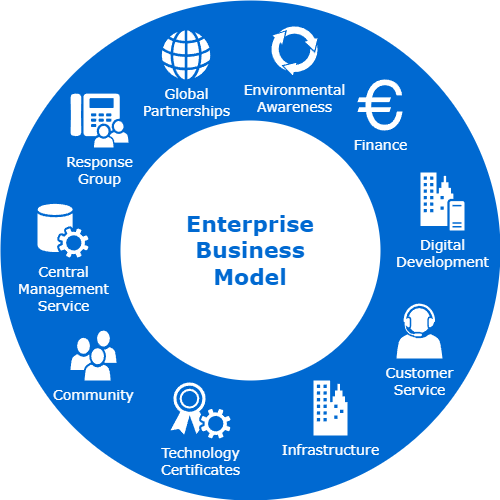
Above: resources/Inventory Control System.png in Iann-urus/Inventory-Control-System (draw.io), before the change. Source tidied: cells renumbered, new cells last; positions are measured from the earlier drawing's top-left corner, leaving out a move shared by most shapes. The source it was exported from:
```xml
<mxGraphModel>
  <root>
    <mxCell id="0" />
    <mxCell id="1" parent="0" />
    <mxCell id="2" style="ellipse;whiteSpace=wrap;html=1;rounded=0;shadow=0;comic=0;strokeWidth=1;fontFamily=Verdana;fontSize=14;strokeColor=none;fillColor=#0069D1;" parent="1" vertex="1">
      <mxGeometry width="500" height="500" as="geometry" />
    </mxCell>
    <mxCell id="3" value="Enterprise&lt;div&gt;Business&lt;/div&gt;&lt;div&gt;Model&lt;/div&gt;" style="ellipse;whiteSpace=wrap;html=1;rounded=0;shadow=0;comic=0;strokeWidth=1;fontFamily=Verdana;fontSize=22;strokeColor=none;fillColor=#ffffff;fontColor=#0069D1;fontStyle=1;" parent="1" vertex="1">
      <mxGeometry x="120" y="120" width="260" height="260" as="geometry" />
    </mxCell>
    <mxCell id="4" value="Community" style="shadow=0;dashed=0;html=1;strokeColor=none;fillColor=#ffffff;labelPosition=center;verticalLabelPosition=bottom;verticalAlign=top;shape=mxgraph.office.users.users;rounded=0;comic=0;fontFamily=Verdana;fontSize=14;fontColor=#FFFFFF;" parent="1" vertex="1">
      <mxGeometry x="70" y="330" width="46" height="50" as="geometry" />
    </mxCell>
    <mxCell id="5" value="Customer&lt;div&gt;Service&lt;/div&gt;" style="shadow=0;dashed=0;html=1;strokeColor=none;fillColor=#ffffff;labelPosition=center;verticalLabelPosition=bottom;verticalAlign=top;shape=mxgraph.office.users.call_center_agent;rounded=0;comic=0;fontFamily=Verdana;fontSize=14;fontColor=#FFFFFF;" parent="1" vertex="1">
      <mxGeometry x="396" y="303" width="46" height="55" as="geometry" />
    </mxCell>
    <mxCell id="6" value="Response&lt;div&gt;Group&lt;/div&gt;" style="shadow=0;dashed=0;html=1;strokeColor=none;fillColor=#ffffff;labelPosition=center;verticalLabelPosition=bottom;verticalAlign=top;shape=mxgraph.office.users.response_group;rounded=0;comic=0;fontFamily=Verdana;fontSize=14;fontColor=#FFFFFF;" parent="1" vertex="1">
      <mxGeometry x="70" y="93" width="58" height="54" as="geometry" />
    </mxCell>
    <mxCell id="7" value="Central&lt;div&gt;Management&lt;/div&gt;&lt;div&gt;Service&lt;/div&gt;" style="shadow=0;dashed=0;html=1;strokeColor=none;fillColor=#ffffff;labelPosition=center;verticalLabelPosition=bottom;verticalAlign=top;shape=mxgraph.office.services.central_management_service;rounded=0;comic=0;fontFamily=Verdana;fontSize=14;fontColor=#FFFFFF;" parent="1" vertex="1">
      <mxGeometry x="37" y="203" width="51" height="54" as="geometry" />
    </mxCell>
    <mxCell id="8" value="Digital&lt;div&gt;Development&lt;/div&gt;" style="shadow=0;dashed=0;html=1;strokeColor=none;fillColor=#ffffff;labelPosition=center;verticalLabelPosition=bottom;verticalAlign=top;shape=mxgraph.office.servers.on_premises_server;rounded=0;comic=0;fontFamily=Verdana;fontSize=14;fontColor=#FFFFFF;" parent="1" vertex="1">
      <mxGeometry x="420" y="172" width="44" height="58" as="geometry" />
    </mxCell>
    <mxCell id="9" value="Technology&lt;div&gt;Certificates&lt;/div&gt;" style="shadow=0;dashed=0;html=1;strokeColor=none;fillColor=#ffffff;labelPosition=center;verticalLabelPosition=bottom;verticalAlign=top;shape=mxgraph.office.security.token_service;rounded=0;comic=0;fontFamily=Verdana;fontSize=14;fontColor=#FFFFFF;" parent="1" vertex="1">
      <mxGeometry x="170" y="382" width="60" height="56" as="geometry" />
    </mxCell>
    <mxCell id="10" value="Infrastructure" style="shadow=0;dashed=0;html=1;strokeColor=none;fillColor=#ffffff;labelPosition=center;verticalLabelPosition=bottom;verticalAlign=top;shape=mxgraph.office.concepts.on_premises;rounded=0;comic=0;fontFamily=Verdana;fontSize=14;fontColor=#FFFFFF;" parent="1" vertex="1">
      <mxGeometry x="313" y="380" width="34" height="55" as="geometry" />
    </mxCell>
    <mxCell id="11" value="Global&lt;div&gt;Partnerships&lt;/div&gt;" style="shadow=0;dashed=0;html=1;strokeColor=none;fillColor=#ffffff;labelPosition=center;verticalLabelPosition=bottom;verticalAlign=top;shape=mxgraph.office.concepts.globe_internet;rounded=0;comic=0;fontFamily=Verdana;fontSize=14;fontColor=#FFFFFF;" parent="1" vertex="1">
      <mxGeometry x="161" y="30" width="49" height="49" as="geometry" />
    </mxCell>
    <mxCell id="12" value="Environmental&lt;div&gt;Awareness&lt;/div&gt;" style="shadow=0;dashed=0;html=1;strokeColor=none;shape=mxgraph.mscae.general.continuous_cycle;fillColor=#ffffff;rounded=0;comic=0;fontFamily=Verdana;fontSize=14;fontColor=#FFFFFF;verticalAlign=top;labelPosition=center;verticalLabelPosition=bottom;align=center;" parent="1" vertex="1">
      <mxGeometry x="270" y="25" width="48" height="50" as="geometry" />
    </mxCell>
    <mxCell id="13" value="Finance" style="shape=mxgraph.signs.travel.euro;html=1;fillColor=#ffffff;strokeColor=none;verticalLabelPosition=bottom;verticalAlign=top;align=center;rounded=0;shadow=0;dashed=0;comic=0;fontFamily=Verdana;fontSize=14;fontColor=#FFFFFF;" parent="1" vertex="1">
      <mxGeometry x="357" y="79" width="45" height="51" as="geometry" />
    </mxCell>
  </root>
</mxGraphModel>
```
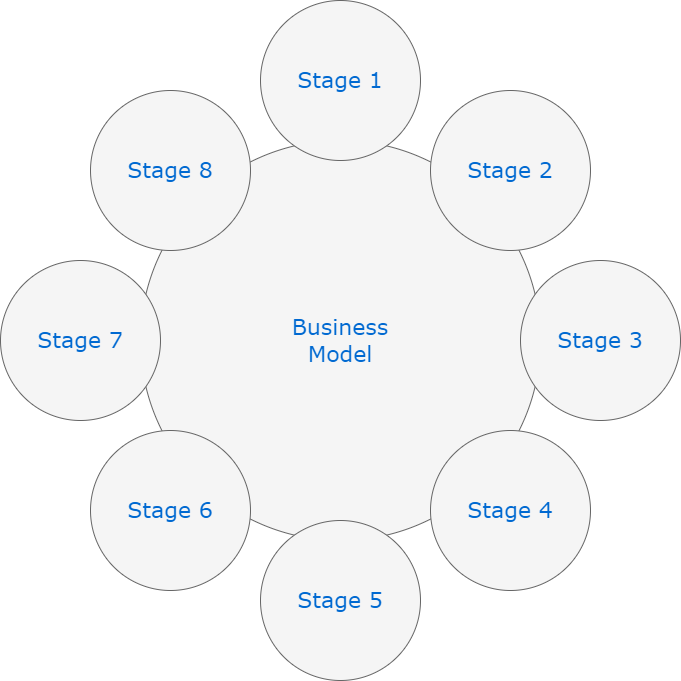
The same file after the commit.

Commit message:
Added Inventory Control System Framework.png

Diff of the diagram source:
```diff
@@ -2,41 +2,32 @@
   <root>
     <mxCell id="0" />
     <mxCell id="1" parent="0" />
-    <mxCell id="2" style="ellipse;whiteSpace=wrap;html=1;rounded=0;shadow=0;comic=0;strokeWidth=1;fontFamily=Verdana;fontSize=14;strokeColor=none;fillColor=#0069D1;" parent="1" vertex="1">
-      <mxGeometry width="500" height="500" as="geometry" />
-    </mxCell>
-    <mxCell id="3" value="Enterprise&lt;div&gt;Business&lt;/div&gt;&lt;div&gt;Model&lt;/div&gt;" style="ellipse;whiteSpace=wrap;html=1;rounded=0;shadow=0;comic=0;strokeWidth=1;fontFamily=Verdana;fontSize=22;strokeColor=none;fillColor=#ffffff;fontColor=#0069D1;fontStyle=1;" parent="1" vertex="1">
-      <mxGeometry x="120" y="120" width="260" height="260" as="geometry" />
-    </mxCell>
-    <mxCell id="4" value="Community" style="shadow=0;dashed=0;html=1;strokeColor=none;fillColor=#ffffff;labelPosition=center;verticalLabelPosition=bottom;verticalAlign=top;shape=mxgraph.office.users.users;rounded=0;comic=0;fontFamily=Verdana;fontSize=14;fontColor=#FFFFFF;" parent="1" vertex="1">
-      <mxGeometry x="70" y="330" width="46" height="50" as="geometry" />
-    </mxCell>
-    <mxCell id="5" value="Customer&lt;div&gt;Service&lt;/div&gt;" style="shadow=0;dashed=0;html=1;strokeColor=none;fillColor=#ffffff;labelPosition=center;verticalLabelPosition=bottom;verticalAlign=top;shape=mxgraph.office.users.call_center_agent;rounded=0;comic=0;fontFamily=Verdana;fontSize=14;fontColor=#FFFFFF;" parent="1" vertex="1">
-      <mxGeometry x="396" y="303" width="46" height="55" as="geometry" />
-    </mxCell>
-    <mxCell id="6" value="Response&lt;div&gt;Group&lt;/div&gt;" style="shadow=0;dashed=0;html=1;strokeColor=none;fillColor=#ffffff;labelPosition=center;verticalLabelPosition=bottom;verticalAlign=top;shape=mxgraph.office.users.response_group;rounded=0;comic=0;fontFamily=Verdana;fontSize=14;fontColor=#FFFFFF;" parent="1" vertex="1">
-      <mxGeometry x="70" y="93" width="58" height="54" as="geometry" />
-    </mxCell>
-    <mxCell id="7" value="Central&lt;div&gt;Management&lt;/div&gt;&lt;div&gt;Service&lt;/div&gt;" style="shadow=0;dashed=0;html=1;strokeColor=none;fillColor=#ffffff;labelPosition=center;verticalLabelPosition=bottom;verticalAlign=top;shape=mxgraph.office.services.central_management_service;rounded=0;comic=0;fontFamily=Verdana;fontSize=14;fontColor=#FFFFFF;" parent="1" vertex="1">
-      <mxGeometry x="37" y="203" width="51" height="54" as="geometry" />
-    </mxCell>
-    <mxCell id="8" value="Digital&lt;div&gt;Development&lt;/div&gt;" style="shadow=0;dashed=0;html=1;strokeColor=none;fillColor=#ffffff;labelPosition=center;verticalLabelPosition=bottom;verticalAlign=top;shape=mxgraph.office.servers.on_premises_server;rounded=0;comic=0;fontFamily=Verdana;fontSize=14;fontColor=#FFFFFF;" parent="1" vertex="1">
-      <mxGeometry x="420" y="172" width="44" height="58" as="geometry" />
-    </mxCell>
-    <mxCell id="9" value="Technology&lt;div&gt;Certificates&lt;/div&gt;" style="shadow=0;dashed=0;html=1;strokeColor=none;fillColor=#ffffff;labelPosition=center;verticalLabelPosition=bottom;verticalAlign=top;shape=mxgraph.office.security.token_service;rounded=0;comic=0;fontFamily=Verdana;fontSize=14;fontColor=#FFFFFF;" parent="1" vertex="1">
-      <mxGeometry x="170" y="382" width="60" height="56" as="geometry" />
-    </mxCell>
-    <mxCell id="10" value="Infrastructure" style="shadow=0;dashed=0;html=1;strokeColor=none;fillColor=#ffffff;labelPosition=center;verticalLabelPosition=bottom;verticalAlign=top;shape=mxgraph.office.concepts.on_premises;rounded=0;comic=0;fontFamily=Verdana;fontSize=14;fontColor=#FFFFFF;" parent="1" vertex="1">
-      <mxGeometry x="313" y="380" width="34" height="55" as="geometry" />
-    </mxCell>
-    <mxCell id="11" value="Global&lt;div&gt;Partnerships&lt;/div&gt;" style="shadow=0;dashed=0;html=1;strokeColor=none;fillColor=#ffffff;labelPosition=center;verticalLabelPosition=bottom;verticalAlign=top;shape=mxgraph.office.concepts.globe_internet;rounded=0;comic=0;fontFamily=Verdana;fontSize=14;fontColor=#FFFFFF;" parent="1" vertex="1">
-      <mxGeometry x="161" y="30" width="49" height="49" as="geometry" />
-    </mxCell>
-    <mxCell id="12" value="Environmental&lt;div&gt;Awareness&lt;/div&gt;" style="shadow=0;dashed=0;html=1;strokeColor=none;shape=mxgraph.mscae.general.continuous_cycle;fillColor=#ffffff;rounded=0;comic=0;fontFamily=Verdana;fontSize=14;fontColor=#FFFFFF;verticalAlign=top;labelPosition=center;verticalLabelPosition=bottom;align=center;" parent="1" vertex="1">
-      <mxGeometry x="270" y="25" width="48" height="50" as="geometry" />
-    </mxCell>
-    <mxCell id="13" value="Finance" style="shape=mxgraph.signs.travel.euro;html=1;fillColor=#ffffff;strokeColor=none;verticalLabelPosition=bottom;verticalAlign=top;align=center;rounded=0;shadow=0;dashed=0;comic=0;fontFamily=Verdana;fontSize=14;fontColor=#FFFFFF;" parent="1" vertex="1">
-      <mxGeometry x="357" y="79" width="45" height="51" as="geometry" />
-    </mxCell>
+    <mxCell id="14" value="Business&lt;div&gt;Model&lt;/div&gt;" style="ellipse;whiteSpace=wrap;html=1;rounded=0;shadow=0;dashed=0;comic=0;fontFamily=Verdana;fontSize=22;fontColor=#0069D1;fillColor=#f5f5f5;strokeColor=#666666;" parent="1" vertex="1">
+      <mxGeometry x="50" y="70" width="400" height="400" as="geometry" />
+    </mxCell>
+    <mxCell id="15" value="Stage 1" style="ellipse;whiteSpace=wrap;html=1;rounded=0;shadow=0;dashed=0;comic=0;fontFamily=Verdana;fontSize=22;fontColor=#0069D1;fillColor=#f5f5f5;strokeColor=#666666;" parent="1" vertex="1">
+      <mxGeometry x="170" y="-70" width="160" height="160" as="geometry" />
+    </mxCell>
+    <mxCell id="16" value="Stage 5" style="ellipse;whiteSpace=wrap;html=1;rounded=0;shadow=0;dashed=0;comic=0;fontFamily=Verdana;fontSize=22;fontColor=#0069D1;fillColor=#f5f5f5;strokeColor=#666666;" parent="1" vertex="1">
+      <mxGeometry x="170" y="450" width="160" height="160" as="geometry" />
+    </mxCell>
+    <mxCell id="17" value="Stage 3" style="ellipse;whiteSpace=wrap;html=1;rounded=0;shadow=0;dashed=0;comic=0;fontFamily=Verdana;fontSize=22;fontColor=#0069D1;fillColor=#f5f5f5;strokeColor=#666666;" parent="1" vertex="1">
+      <mxGeometry x="430" y="190" width="160" height="160" as="geometry" />
+    </mxCell>
+    <mxCell id="18" value="Stage 7" style="ellipse;whiteSpace=wrap;html=1;rounded=0;shadow=0;dashed=0;comic=0;fontFamily=Verdana;fontSize=22;fontColor=#0069D1;fillColor=#f5f5f5;strokeColor=#666666;" parent="1" vertex="1">
+      <mxGeometry x="-90" y="190" width="160" height="160" as="geometry" />
+    </mxCell>
+    <mxCell id="19" value="Stage 8" style="ellipse;whiteSpace=wrap;html=1;rounded=0;shadow=0;dashed=0;comic=0;fontFamily=Verdana;fontSize=22;fontColor=#0069D1;fillColor=#f5f5f5;strokeColor=#666666;" parent="1" vertex="1">
+      <mxGeometry y="20" width="160" height="160" as="geometry" />
+    </mxCell>
+    <mxCell id="20" value="Stage 2" style="ellipse;whiteSpace=wrap;html=1;rounded=0;shadow=0;dashed=0;comic=0;fontFamily=Verdana;fontSize=22;fontColor=#0069D1;fillColor=#f5f5f5;strokeColor=#666666;" parent="1" vertex="1">
+      <mxGeometry x="340" y="20" width="160" height="160" as="geometry" />
+    </mxCell>
+    <mxCell id="21" value="Stage 4" style="ellipse;whiteSpace=wrap;html=1;rounded=0;shadow=0;dashed=0;comic=0;fontFamily=Verdana;fontSize=22;fontColor=#0069D1;fillColor=#f5f5f5;strokeColor=#666666;" parent="1" vertex="1">
+      <mxGeometry x="340" y="360" width="160" height="160" as="geometry" />
+    </mxCell>
+    <mxCell id="22" value="Stage 6" style="ellipse;whiteSpace=wrap;html=1;rounded=0;shadow=0;dashed=0;comic=0;fontFamily=Verdana;fontSize=22;fontColor=#0069D1;fillColor=#f5f5f5;strokeColor=#666666;" parent="1" vertex="1">
+      <mxGeometry y="360" width="160" height="160" as="geometry" />
+    </mxCell>
   </root>
 </mxGraphModel>
```
